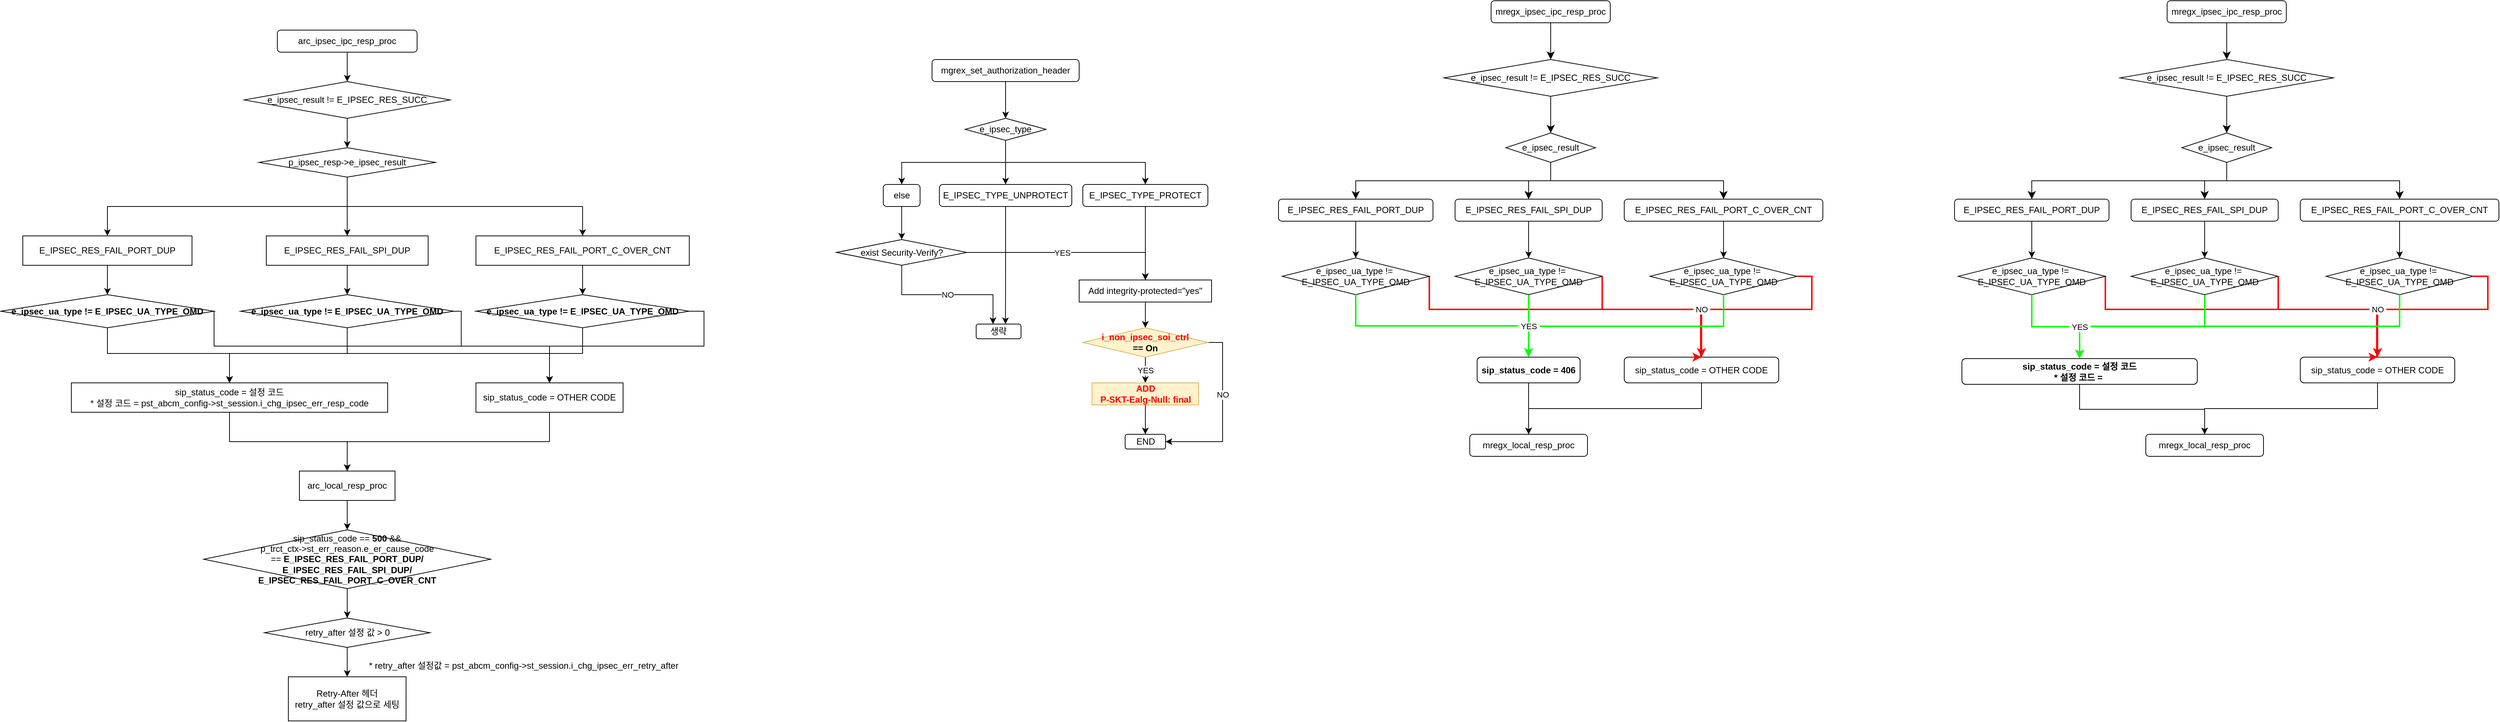
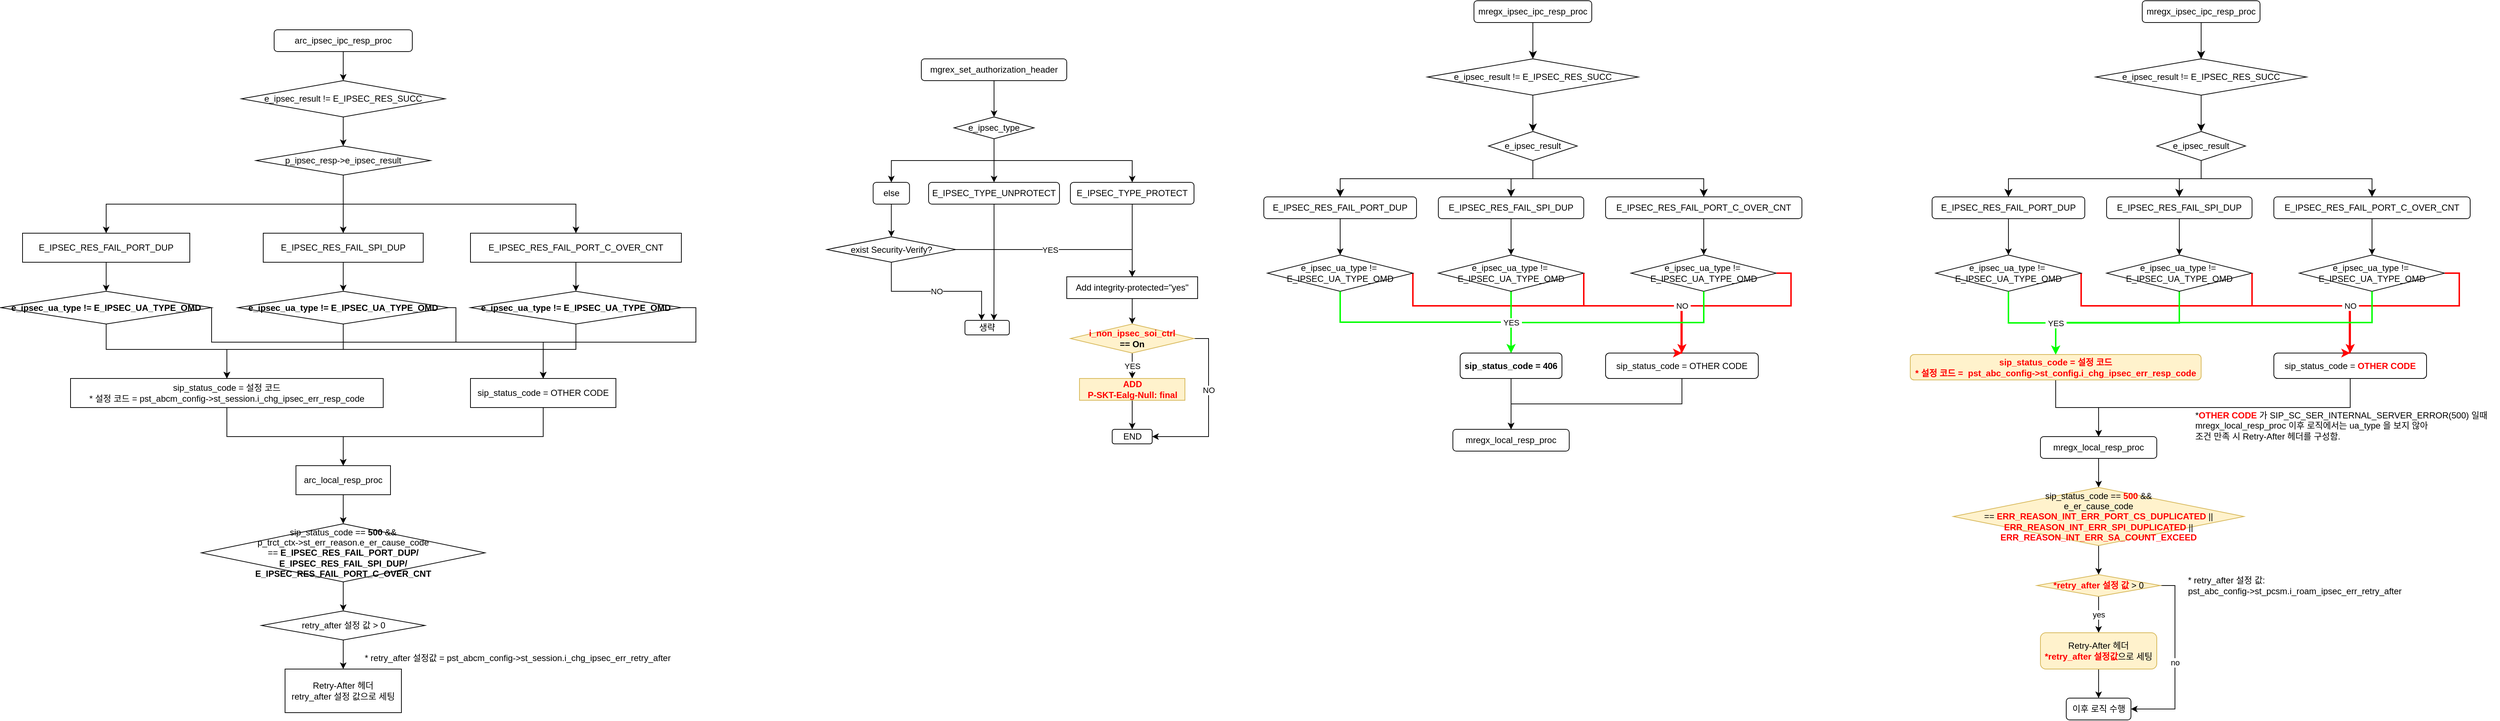
<mxfile host="app.diagrams.net">
  <diagram name="페이지-1" id="m8fQX8wD3sIqdr1Rjxz5">
-     <mxGraphModel dx="2595" dy="929" grid="1" gridSize="10" guides="1" tooltips="1" connect="1" arrows="1" fold="1" page="1" pageScale="1" pageWidth="827" pageHeight="1169" math="0" shadow="0">
+     <mxGraphModel dx="2057" dy="646" grid="1" gridSize="10" guides="1" tooltips="1" connect="1" arrows="1" fold="1" page="1" pageScale="1" pageWidth="827" pageHeight="1169" math="0" shadow="0">
      <root>
        <mxCell id="0" />
        <mxCell id="1" parent="0" />
        <mxCell id="ojS5_yHJFsPbv8XDm5Tb-1" edge="1" parent="1" source="ojS5_yHJFsPbv8XDm5Tb-2" style="edgeStyle=orthogonalEdgeStyle;rounded=0;orthogonalLoop=1;jettySize=auto;html=1;exitX=0.5;exitY=1;exitDx=0;exitDy=0;entryX=0.5;entryY=0;entryDx=0;entryDy=0;labelBackgroundColor=none;fontColor=default;" target="ojS5_yHJFsPbv8XDm5Tb-4">
          <mxGeometry relative="1" as="geometry" />
        </mxCell>
        <mxCell id="ojS5_yHJFsPbv8XDm5Tb-2" parent="1" style="rounded=1;whiteSpace=wrap;html=1;labelBackgroundColor=none;" value="arc_ipsec_ipc_resp_proc" vertex="1">
          <mxGeometry height="30" width="190" x="350" y="120" as="geometry" />
        </mxCell>
        <mxCell id="ojS5_yHJFsPbv8XDm5Tb-3" edge="1" parent="1" source="ojS5_yHJFsPbv8XDm5Tb-4" style="edgeStyle=orthogonalEdgeStyle;rounded=0;orthogonalLoop=1;jettySize=auto;html=1;exitX=0.5;exitY=1;exitDx=0;exitDy=0;entryX=0.5;entryY=0;entryDx=0;entryDy=0;labelBackgroundColor=none;fontColor=default;" target="ojS5_yHJFsPbv8XDm5Tb-8">
          <mxGeometry relative="1" as="geometry" />
        </mxCell>
        <mxCell id="ojS5_yHJFsPbv8XDm5Tb-4" parent="1" style="rhombus;whiteSpace=wrap;html=1;labelBackgroundColor=none;" value="e_ipsec_result != E_IPSEC_RES_SUCC" vertex="1">
          <mxGeometry height="50" width="280" x="305" y="190" as="geometry" />
        </mxCell>
        <mxCell id="ojS5_yHJFsPbv8XDm5Tb-5" edge="1" parent="1" source="ojS5_yHJFsPbv8XDm5Tb-8" style="edgeStyle=orthogonalEdgeStyle;rounded=0;orthogonalLoop=1;jettySize=auto;html=1;exitX=0.5;exitY=1;exitDx=0;exitDy=0;entryX=0.5;entryY=0;entryDx=0;entryDy=0;labelBackgroundColor=none;fontColor=default;" target="ojS5_yHJFsPbv8XDm5Tb-10">
          <mxGeometry relative="1" as="geometry" />
        </mxCell>
        <mxCell id="ojS5_yHJFsPbv8XDm5Tb-6" edge="1" parent="1" source="ojS5_yHJFsPbv8XDm5Tb-8" style="edgeStyle=orthogonalEdgeStyle;rounded=0;orthogonalLoop=1;jettySize=auto;html=1;exitX=0.5;exitY=1;exitDx=0;exitDy=0;entryX=0.5;entryY=0;entryDx=0;entryDy=0;labelBackgroundColor=none;fontColor=default;" target="ojS5_yHJFsPbv8XDm5Tb-12">
          <mxGeometry relative="1" as="geometry" />
        </mxCell>
        <mxCell id="ojS5_yHJFsPbv8XDm5Tb-7" edge="1" parent="1" source="ojS5_yHJFsPbv8XDm5Tb-8" style="edgeStyle=orthogonalEdgeStyle;rounded=0;orthogonalLoop=1;jettySize=auto;html=1;exitX=0.5;exitY=1;exitDx=0;exitDy=0;entryX=0.5;entryY=0;entryDx=0;entryDy=0;labelBackgroundColor=none;fontColor=default;" target="ojS5_yHJFsPbv8XDm5Tb-14">
          <mxGeometry relative="1" as="geometry" />
        </mxCell>
        <mxCell id="ojS5_yHJFsPbv8XDm5Tb-8" parent="1" style="rhombus;whiteSpace=wrap;html=1;labelBackgroundColor=none;" value="p_ipsec_resp-&amp;gt;e_ipsec_result" vertex="1">
          <mxGeometry height="40" width="240" x="325" y="280" as="geometry" />
        </mxCell>
        <mxCell id="ojS5_yHJFsPbv8XDm5Tb-9" edge="1" parent="1" source="ojS5_yHJFsPbv8XDm5Tb-10" style="edgeStyle=orthogonalEdgeStyle;rounded=0;orthogonalLoop=1;jettySize=auto;html=1;exitX=0.5;exitY=1;exitDx=0;exitDy=0;entryX=0.5;entryY=0;entryDx=0;entryDy=0;labelBackgroundColor=none;fontColor=default;" target="ojS5_yHJFsPbv8XDm5Tb-17">
          <mxGeometry relative="1" as="geometry" />
        </mxCell>
        <mxCell id="ojS5_yHJFsPbv8XDm5Tb-10" parent="1" style="rounded=0;whiteSpace=wrap;html=1;labelBackgroundColor=none;" value="E_IPSEC_RES_FAIL_PORT_DUP" vertex="1">
          <mxGeometry height="40" width="230" x="4" y="400" as="geometry" />
        </mxCell>
        <mxCell id="ojS5_yHJFsPbv8XDm5Tb-11" edge="1" parent="1" source="ojS5_yHJFsPbv8XDm5Tb-12" style="edgeStyle=orthogonalEdgeStyle;rounded=0;orthogonalLoop=1;jettySize=auto;html=1;exitX=0.5;exitY=1;exitDx=0;exitDy=0;entryX=0.5;entryY=0;entryDx=0;entryDy=0;labelBackgroundColor=none;fontColor=default;" target="ojS5_yHJFsPbv8XDm5Tb-20">
          <mxGeometry relative="1" as="geometry" />
        </mxCell>
        <mxCell id="ojS5_yHJFsPbv8XDm5Tb-12" parent="1" style="rounded=0;whiteSpace=wrap;html=1;labelBackgroundColor=none;" value="E_IPSEC_RES_FAIL_SPI_DUP" vertex="1">
          <mxGeometry height="40" width="220" x="335" y="400" as="geometry" />
        </mxCell>
        <mxCell id="ojS5_yHJFsPbv8XDm5Tb-13" edge="1" parent="1" source="ojS5_yHJFsPbv8XDm5Tb-14" style="edgeStyle=orthogonalEdgeStyle;rounded=0;orthogonalLoop=1;jettySize=auto;html=1;exitX=0.5;exitY=1;exitDx=0;exitDy=0;entryX=0.5;entryY=0;entryDx=0;entryDy=0;labelBackgroundColor=none;fontColor=default;" target="ojS5_yHJFsPbv8XDm5Tb-23">
          <mxGeometry relative="1" as="geometry" />
        </mxCell>
        <mxCell id="ojS5_yHJFsPbv8XDm5Tb-14" parent="1" style="rounded=0;whiteSpace=wrap;html=1;labelBackgroundColor=none;" value="E_IPSEC_RES_FAIL_PORT_C_OVER_CNT" vertex="1">
          <mxGeometry height="40" width="290" x="620" y="400" as="geometry" />
        </mxCell>
        <mxCell id="ojS5_yHJFsPbv8XDm5Tb-15" edge="1" parent="1" source="ojS5_yHJFsPbv8XDm5Tb-17" style="edgeStyle=orthogonalEdgeStyle;rounded=0;orthogonalLoop=1;jettySize=auto;html=1;exitX=1;exitY=0.5;exitDx=0;exitDy=0;entryX=0.5;entryY=0;entryDx=0;entryDy=0;labelBackgroundColor=none;fontColor=default;" target="ojS5_yHJFsPbv8XDm5Tb-27">
          <mxGeometry relative="1" as="geometry">
            <Array as="points">
              <mxPoint x="264" y="550" />
              <mxPoint x="720" y="550" />
            </Array>
          </mxGeometry>
        </mxCell>
        <mxCell id="ojS5_yHJFsPbv8XDm5Tb-16" edge="1" parent="1" source="ojS5_yHJFsPbv8XDm5Tb-17" style="edgeStyle=orthogonalEdgeStyle;rounded=0;orthogonalLoop=1;jettySize=auto;html=1;exitX=0.5;exitY=1;exitDx=0;exitDy=0;entryX=0.5;entryY=0;entryDx=0;entryDy=0;labelBackgroundColor=none;fontColor=default;" target="ojS5_yHJFsPbv8XDm5Tb-25">
          <mxGeometry relative="1" as="geometry">
            <Array as="points">
              <mxPoint x="119" y="560" />
              <mxPoint x="285" y="560" />
            </Array>
          </mxGeometry>
        </mxCell>
        <mxCell id="ojS5_yHJFsPbv8XDm5Tb-17" parent="1" style="rhombus;whiteSpace=wrap;html=1;labelBackgroundColor=none;" value="&lt;b&gt;e_ipsec_ua_type != E_IPSEC_UA_TYPE_OMD&lt;/b&gt;" vertex="1">
          <mxGeometry height="45" width="290" x="-26" y="480" as="geometry" />
        </mxCell>
        <mxCell id="ojS5_yHJFsPbv8XDm5Tb-18" edge="1" parent="1" source="ojS5_yHJFsPbv8XDm5Tb-20" style="edgeStyle=orthogonalEdgeStyle;rounded=0;orthogonalLoop=1;jettySize=auto;html=1;exitX=1;exitY=0.5;exitDx=0;exitDy=0;entryX=0.5;entryY=0;entryDx=0;entryDy=0;labelBackgroundColor=none;fontColor=default;" target="ojS5_yHJFsPbv8XDm5Tb-27">
          <mxGeometry relative="1" as="geometry">
            <Array as="points">
              <mxPoint x="600" y="503" />
              <mxPoint x="600" y="550" />
              <mxPoint x="720" y="550" />
            </Array>
          </mxGeometry>
        </mxCell>
        <mxCell id="ojS5_yHJFsPbv8XDm5Tb-19" edge="1" parent="1" source="ojS5_yHJFsPbv8XDm5Tb-20" style="edgeStyle=orthogonalEdgeStyle;rounded=0;orthogonalLoop=1;jettySize=auto;html=1;exitX=0.5;exitY=1;exitDx=0;exitDy=0;entryX=0.5;entryY=0;entryDx=0;entryDy=0;labelBackgroundColor=none;fontColor=default;" target="ojS5_yHJFsPbv8XDm5Tb-25">
          <mxGeometry relative="1" as="geometry">
            <Array as="points">
              <mxPoint x="445" y="560" />
              <mxPoint x="285" y="560" />
            </Array>
          </mxGeometry>
        </mxCell>
        <mxCell id="ojS5_yHJFsPbv8XDm5Tb-20" parent="1" style="rhombus;whiteSpace=wrap;html=1;labelBackgroundColor=none;" value="&lt;b&gt;e_ipsec_ua_type != E_IPSEC_UA_TYPE_OMD&lt;/b&gt;" vertex="1">
          <mxGeometry height="45" width="290" x="300" y="480" as="geometry" />
        </mxCell>
        <mxCell id="ojS5_yHJFsPbv8XDm5Tb-21" edge="1" parent="1" source="ojS5_yHJFsPbv8XDm5Tb-23" style="edgeStyle=orthogonalEdgeStyle;rounded=0;orthogonalLoop=1;jettySize=auto;html=1;exitX=1;exitY=0.5;exitDx=0;exitDy=0;entryX=0.5;entryY=0;entryDx=0;entryDy=0;labelBackgroundColor=none;fontColor=default;" target="ojS5_yHJFsPbv8XDm5Tb-27">
          <mxGeometry relative="1" as="geometry">
            <Array as="points">
              <mxPoint x="930" y="503" />
              <mxPoint x="930" y="550" />
              <mxPoint x="720" y="550" />
            </Array>
          </mxGeometry>
        </mxCell>
        <mxCell id="ojS5_yHJFsPbv8XDm5Tb-22" edge="1" parent="1" source="ojS5_yHJFsPbv8XDm5Tb-23" style="edgeStyle=orthogonalEdgeStyle;rounded=0;orthogonalLoop=1;jettySize=auto;html=1;exitX=0.5;exitY=1;exitDx=0;exitDy=0;entryX=0.5;entryY=0;entryDx=0;entryDy=0;labelBackgroundColor=none;fontColor=default;" target="ojS5_yHJFsPbv8XDm5Tb-25">
          <mxGeometry relative="1" as="geometry">
            <Array as="points">
              <mxPoint x="765" y="560" />
              <mxPoint x="285" y="560" />
            </Array>
          </mxGeometry>
        </mxCell>
        <mxCell id="ojS5_yHJFsPbv8XDm5Tb-23" parent="1" style="rhombus;whiteSpace=wrap;html=1;labelBackgroundColor=none;" value="&lt;b&gt;e_ipsec_ua_type != E_IPSEC_UA_TYPE_OMD&lt;/b&gt;" vertex="1">
          <mxGeometry height="45" width="290" x="620" y="480" as="geometry" />
        </mxCell>
        <mxCell id="ojS5_yHJFsPbv8XDm5Tb-24" edge="1" parent="1" source="ojS5_yHJFsPbv8XDm5Tb-25" style="edgeStyle=orthogonalEdgeStyle;rounded=0;orthogonalLoop=1;jettySize=auto;html=1;exitX=0.5;exitY=1;exitDx=0;exitDy=0;entryX=0.5;entryY=0;entryDx=0;entryDy=0;labelBackgroundColor=none;fontColor=default;" target="ojS5_yHJFsPbv8XDm5Tb-29">
          <mxGeometry relative="1" as="geometry" />
        </mxCell>
        <mxCell id="ojS5_yHJFsPbv8XDm5Tb-25" parent="1" style="rounded=0;whiteSpace=wrap;html=1;labelBackgroundColor=none;" value="sip_status_code = 설정 코드&lt;div&gt;* 설정 코드 = pst_abcm_config-&amp;gt;st_session.i_chg_ipsec_err_resp_code&lt;/div&gt;" vertex="1">
          <mxGeometry height="40" width="430" x="70" y="600" as="geometry" />
        </mxCell>
        <mxCell id="ojS5_yHJFsPbv8XDm5Tb-26" edge="1" parent="1" source="ojS5_yHJFsPbv8XDm5Tb-27" style="edgeStyle=orthogonalEdgeStyle;rounded=0;orthogonalLoop=1;jettySize=auto;html=1;exitX=0.5;exitY=1;exitDx=0;exitDy=0;entryX=0.5;entryY=0;entryDx=0;entryDy=0;labelBackgroundColor=none;fontColor=default;" target="ojS5_yHJFsPbv8XDm5Tb-29">
          <mxGeometry relative="1" as="geometry" />
        </mxCell>
        <mxCell id="ojS5_yHJFsPbv8XDm5Tb-27" parent="1" style="rounded=0;whiteSpace=wrap;html=1;labelBackgroundColor=none;" value="sip_status_code = OTHER CODE" vertex="1">
          <mxGeometry height="40" width="200" x="620" y="600" as="geometry" />
        </mxCell>
        <mxCell id="ojS5_yHJFsPbv8XDm5Tb-28" edge="1" parent="1" source="ojS5_yHJFsPbv8XDm5Tb-29" style="edgeStyle=orthogonalEdgeStyle;rounded=0;orthogonalLoop=1;jettySize=auto;html=1;exitX=0.5;exitY=1;exitDx=0;exitDy=0;entryX=0.5;entryY=0;entryDx=0;entryDy=0;labelBackgroundColor=none;fontColor=default;" target="ojS5_yHJFsPbv8XDm5Tb-31">
          <mxGeometry relative="1" as="geometry" />
        </mxCell>
        <mxCell id="ojS5_yHJFsPbv8XDm5Tb-29" parent="1" style="rounded=0;whiteSpace=wrap;html=1;labelBackgroundColor=none;" value="arc_local_resp_proc" vertex="1">
          <mxGeometry height="40" width="130" x="380" y="720" as="geometry" />
        </mxCell>
        <mxCell id="ojS5_yHJFsPbv8XDm5Tb-30" edge="1" parent="1" source="ojS5_yHJFsPbv8XDm5Tb-31" style="edgeStyle=orthogonalEdgeStyle;rounded=0;orthogonalLoop=1;jettySize=auto;html=1;exitX=0.5;exitY=1;exitDx=0;exitDy=0;entryX=0.5;entryY=0;entryDx=0;entryDy=0;labelBackgroundColor=none;fontColor=default;" target="ojS5_yHJFsPbv8XDm5Tb-33">
          <mxGeometry relative="1" as="geometry" />
        </mxCell>
        <mxCell id="ojS5_yHJFsPbv8XDm5Tb-31" parent="1" style="rhombus;whiteSpace=wrap;html=1;labelBackgroundColor=none;" value="sip_status_code == &lt;b&gt;500&lt;/b&gt; &amp;amp;&amp;amp;&lt;div&gt;p_trct_ctx-&amp;gt;st_err_reason.e_er_cause_code ==&amp;nbsp;&lt;span style=&quot;background-color: transparent; color: light-dark(rgb(0, 0, 0), rgb(255, 255, 255));&quot;&gt;&lt;b&gt;E_IPSEC_RES_FAIL_PORT_DUP/&lt;/b&gt;&lt;/span&gt;&lt;/div&gt;&lt;div&gt;&lt;b&gt;E_IPSEC_RES_FAIL_SPI_DUP/&lt;span style=&quot;background-color: transparent; color: light-dark(rgb(0, 0, 0), rgb(255, 255, 255));&quot;&gt;&lt;/span&gt;&lt;/b&gt;&lt;/div&gt;&lt;div&gt;&lt;b&gt;E_IPSEC_RES_FAIL_PORT_C_OVER_CNT&lt;/b&gt;&lt;/div&gt;" vertex="1">
          <mxGeometry height="80" width="390" x="250" y="800" as="geometry" />
        </mxCell>
        <mxCell id="ojS5_yHJFsPbv8XDm5Tb-32" edge="1" parent="1" source="ojS5_yHJFsPbv8XDm5Tb-33" style="edgeStyle=orthogonalEdgeStyle;rounded=0;orthogonalLoop=1;jettySize=auto;html=1;exitX=0.5;exitY=1;exitDx=0;exitDy=0;entryX=0.5;entryY=0;entryDx=0;entryDy=0;labelBackgroundColor=none;fontColor=default;" target="ojS5_yHJFsPbv8XDm5Tb-35">
          <mxGeometry relative="1" as="geometry" />
        </mxCell>
        <mxCell id="ojS5_yHJFsPbv8XDm5Tb-33" parent="1" style="rhombus;whiteSpace=wrap;html=1;labelBackgroundColor=none;" value="retry_after 설정 값 &amp;gt; 0" vertex="1">
          <mxGeometry height="40" width="225" x="332.5" y="920" as="geometry" />
        </mxCell>
        <mxCell id="ojS5_yHJFsPbv8XDm5Tb-34" parent="1" style="text;html=1;whiteSpace=wrap;strokeColor=none;fillColor=none;align=center;verticalAlign=middle;rounded=0;labelBackgroundColor=none;" value="* retry_after 설정값 =&amp;nbsp;pst_abcm_config-&amp;gt;st_session.i_chg_ipsec_err_retry_after" vertex="1">
          <mxGeometry height="30" width="450" x="460" y="970" as="geometry" />
        </mxCell>
        <mxCell id="ojS5_yHJFsPbv8XDm5Tb-35" parent="1" style="rounded=0;whiteSpace=wrap;html=1;labelBackgroundColor=none;" value="Retry-After 헤더&lt;div&gt;retry_after 설정 값으로 세팅&lt;/div&gt;" vertex="1">
          <mxGeometry height="60" width="160" x="365" y="1000" as="geometry" />
        </mxCell>
        <mxCell id="ojS5_yHJFsPbv8XDm5Tb-36" edge="1" parent="1" source="ojS5_yHJFsPbv8XDm5Tb-37" style="edgeStyle=orthogonalEdgeStyle;rounded=0;orthogonalLoop=1;jettySize=auto;html=1;exitX=0.5;exitY=1;exitDx=0;exitDy=0;entryX=0.5;entryY=0;entryDx=0;entryDy=0;labelBackgroundColor=none;fontColor=default;" target="ojS5_yHJFsPbv8XDm5Tb-41">
          <mxGeometry relative="1" as="geometry" />
        </mxCell>
        <mxCell id="ojS5_yHJFsPbv8XDm5Tb-37" parent="1" style="rounded=1;whiteSpace=wrap;html=1;labelBackgroundColor=none;" value="mgrex_set_authorization_header" vertex="1">
          <mxGeometry height="30" width="200" x="1240" y="160" as="geometry" />
        </mxCell>
        <mxCell id="ojS5_yHJFsPbv8XDm5Tb-38" edge="1" parent="1" source="ojS5_yHJFsPbv8XDm5Tb-41" style="edgeStyle=orthogonalEdgeStyle;rounded=0;orthogonalLoop=1;jettySize=auto;html=1;exitX=0.5;exitY=1;exitDx=0;exitDy=0;entryX=0.5;entryY=0;entryDx=0;entryDy=0;labelBackgroundColor=none;fontColor=default;" target="ojS5_yHJFsPbv8XDm5Tb-43">
          <mxGeometry relative="1" as="geometry" />
        </mxCell>
        <mxCell id="ojS5_yHJFsPbv8XDm5Tb-39" edge="1" parent="1" source="ojS5_yHJFsPbv8XDm5Tb-41" style="edgeStyle=orthogonalEdgeStyle;rounded=0;orthogonalLoop=1;jettySize=auto;html=1;exitX=0.5;exitY=1;exitDx=0;exitDy=0;entryX=0.5;entryY=0;entryDx=0;entryDy=0;labelBackgroundColor=none;fontColor=default;" target="ojS5_yHJFsPbv8XDm5Tb-45">
          <mxGeometry relative="1" as="geometry" />
        </mxCell>
        <mxCell id="ojS5_yHJFsPbv8XDm5Tb-40" edge="1" parent="1" source="ojS5_yHJFsPbv8XDm5Tb-41" style="edgeStyle=orthogonalEdgeStyle;rounded=0;orthogonalLoop=1;jettySize=auto;html=1;exitX=0.5;exitY=1;exitDx=0;exitDy=0;entryX=0.5;entryY=0;entryDx=0;entryDy=0;labelBackgroundColor=none;fontColor=default;" target="ojS5_yHJFsPbv8XDm5Tb-47">
          <mxGeometry relative="1" as="geometry" />
        </mxCell>
        <mxCell id="ojS5_yHJFsPbv8XDm5Tb-41" parent="1" style="rhombus;whiteSpace=wrap;html=1;labelBackgroundColor=none;" value="e_ipsec_type" vertex="1">
          <mxGeometry height="30" width="110" x="1285" y="240" as="geometry" />
        </mxCell>
        <mxCell id="ojS5_yHJFsPbv8XDm5Tb-42" edge="1" parent="1" source="ojS5_yHJFsPbv8XDm5Tb-43" style="edgeStyle=orthogonalEdgeStyle;rounded=0;orthogonalLoop=1;jettySize=auto;html=1;exitX=0.5;exitY=1;exitDx=0;exitDy=0;entryX=0.5;entryY=0;entryDx=0;entryDy=0;labelBackgroundColor=none;fontColor=default;" target="ojS5_yHJFsPbv8XDm5Tb-49">
          <mxGeometry relative="1" as="geometry" />
        </mxCell>
        <mxCell id="ojS5_yHJFsPbv8XDm5Tb-43" parent="1" style="rounded=1;whiteSpace=wrap;html=1;labelBackgroundColor=none;" value="E_IPSEC_TYPE_PROTECT" vertex="1">
          <mxGeometry height="30" width="170" x="1445" y="330" as="geometry" />
        </mxCell>
        <mxCell id="ojS5_yHJFsPbv8XDm5Tb-44" edge="1" parent="1" source="ojS5_yHJFsPbv8XDm5Tb-45" style="edgeStyle=orthogonalEdgeStyle;rounded=0;orthogonalLoop=1;jettySize=auto;html=1;exitX=0.5;exitY=1;exitDx=0;exitDy=0;entryX=0.653;entryY=0.002;entryDx=0;entryDy=0;entryPerimeter=0;" target="ojS5_yHJFsPbv8XDm5Tb-59">
          <mxGeometry relative="1" as="geometry">
            <mxPoint x="1339.9411764705883" y="520" as="targetPoint" />
          </mxGeometry>
        </mxCell>
        <mxCell id="ojS5_yHJFsPbv8XDm5Tb-45" parent="1" style="rounded=1;whiteSpace=wrap;html=1;labelBackgroundColor=none;" value="E_IPSEC_TYPE_UNPROTECT" vertex="1">
          <mxGeometry height="30" width="180" x="1250" y="330" as="geometry" />
        </mxCell>
        <mxCell id="ojS5_yHJFsPbv8XDm5Tb-46" edge="1" parent="1" source="ojS5_yHJFsPbv8XDm5Tb-47" style="edgeStyle=orthogonalEdgeStyle;rounded=0;orthogonalLoop=1;jettySize=auto;html=1;exitX=0.5;exitY=1;exitDx=0;exitDy=0;entryX=0.5;entryY=0;entryDx=0;entryDy=0;" target="ojS5_yHJFsPbv8XDm5Tb-58">
          <mxGeometry relative="1" as="geometry" />
        </mxCell>
        <mxCell id="ojS5_yHJFsPbv8XDm5Tb-47" parent="1" style="rounded=1;whiteSpace=wrap;html=1;labelBackgroundColor=none;" value="else" vertex="1">
          <mxGeometry height="30" width="50" x="1173.75" y="330" as="geometry" />
        </mxCell>
        <mxCell id="ojS5_yHJFsPbv8XDm5Tb-48" edge="1" parent="1" source="ojS5_yHJFsPbv8XDm5Tb-49" style="edgeStyle=orthogonalEdgeStyle;rounded=0;orthogonalLoop=1;jettySize=auto;html=1;exitX=0.5;exitY=1;exitDx=0;exitDy=0;entryX=0.5;entryY=0;entryDx=0;entryDy=0;" target="ojS5_yHJFsPbv8XDm5Tb-52">
          <mxGeometry relative="1" as="geometry" />
        </mxCell>
        <mxCell id="ojS5_yHJFsPbv8XDm5Tb-49" parent="1" style="rounded=0;whiteSpace=wrap;html=1;labelBackgroundColor=none;" value="Add integrity-protected=&quot;yes&quot;" vertex="1">
          <mxGeometry height="30" width="180" x="1440" y="460" as="geometry" />
        </mxCell>
        <mxCell id="ojS5_yHJFsPbv8XDm5Tb-50" edge="1" parent="1" source="ojS5_yHJFsPbv8XDm5Tb-52" style="edgeStyle=orthogonalEdgeStyle;rounded=0;orthogonalLoop=1;jettySize=auto;html=1;exitX=0.5;exitY=1;exitDx=0;exitDy=0;entryX=0.5;entryY=0;entryDx=0;entryDy=0;" target="ojS5_yHJFsPbv8XDm5Tb-54" value="YES">
          <mxGeometry relative="1" as="geometry" />
        </mxCell>
        <mxCell id="ojS5_yHJFsPbv8XDm5Tb-51" edge="1" parent="1" source="ojS5_yHJFsPbv8XDm5Tb-52" style="edgeStyle=orthogonalEdgeStyle;rounded=0;orthogonalLoop=1;jettySize=auto;html=1;exitX=1;exitY=0.5;exitDx=0;exitDy=0;entryX=1;entryY=0.5;entryDx=0;entryDy=0;" target="ojS5_yHJFsPbv8XDm5Tb-55" value="NO">
          <mxGeometry relative="1" x="-0.2233" as="geometry">
            <mxPoint as="offset" />
          </mxGeometry>
        </mxCell>
        <mxCell id="ojS5_yHJFsPbv8XDm5Tb-52" parent="1" style="rhombus;whiteSpace=wrap;html=1;fillColor=#fff2cc;strokeColor=#d6b656;" value="&lt;b&gt;&lt;font style=&quot;color: rgb(255, 0, 0);&quot;&gt;i_non_ipsec_soi_ctrl&lt;/font&gt;&lt;br&gt;== On&lt;/b&gt;" vertex="1">
          <mxGeometry height="40" width="170" x="1445" y="525" as="geometry" />
        </mxCell>
        <mxCell id="ojS5_yHJFsPbv8XDm5Tb-53" edge="1" parent="1" source="ojS5_yHJFsPbv8XDm5Tb-54" style="edgeStyle=orthogonalEdgeStyle;rounded=0;orthogonalLoop=1;jettySize=auto;html=1;exitX=0.5;exitY=1;exitDx=0;exitDy=0;entryX=0.5;entryY=0;entryDx=0;entryDy=0;" target="ojS5_yHJFsPbv8XDm5Tb-55">
          <mxGeometry relative="1" as="geometry" />
        </mxCell>
        <mxCell id="ojS5_yHJFsPbv8XDm5Tb-54" parent="1" style="rounded=0;whiteSpace=wrap;html=1;fillColor=#fff2cc;strokeColor=#d6b656;" value="&lt;b&gt;&lt;font style=&quot;color: rgb(255, 0, 0);&quot;&gt;ADD&lt;/font&gt;&lt;/b&gt;&lt;div&gt;&lt;b&gt;&lt;font style=&quot;color: rgb(255, 0, 0);&quot;&gt;P-SKT-Ealg-Null: final&lt;/font&gt;&lt;/b&gt;&lt;/div&gt;" vertex="1">
          <mxGeometry height="30" width="145" x="1457.5" y="600" as="geometry" />
        </mxCell>
        <mxCell id="ojS5_yHJFsPbv8XDm5Tb-55" parent="1" style="rounded=1;whiteSpace=wrap;html=1;" value="END" vertex="1">
          <mxGeometry height="20" width="55" x="1502.5" y="670" as="geometry" />
        </mxCell>
        <mxCell id="ojS5_yHJFsPbv8XDm5Tb-56" edge="1" parent="1" source="ojS5_yHJFsPbv8XDm5Tb-58" style="edgeStyle=orthogonalEdgeStyle;rounded=0;orthogonalLoop=1;jettySize=auto;html=1;exitX=1;exitY=0.5;exitDx=0;exitDy=0;entryX=0.5;entryY=0;entryDx=0;entryDy=0;" target="ojS5_yHJFsPbv8XDm5Tb-49" value="YES">
          <mxGeometry relative="1" x="-0.0774" as="geometry">
            <mxPoint as="offset" />
          </mxGeometry>
        </mxCell>
        <mxCell id="ojS5_yHJFsPbv8XDm5Tb-57" edge="1" parent="1" source="ojS5_yHJFsPbv8XDm5Tb-58" style="edgeStyle=orthogonalEdgeStyle;rounded=0;orthogonalLoop=1;jettySize=auto;html=1;exitX=0.5;exitY=1;exitDx=0;exitDy=0;entryX=0.375;entryY=-0.001;entryDx=0;entryDy=0;entryPerimeter=0;" target="ojS5_yHJFsPbv8XDm5Tb-59" value="NO">
          <mxGeometry relative="1" as="geometry">
            <mxPoint x="1175.1176470588234" y="520" as="targetPoint" />
          </mxGeometry>
        </mxCell>
        <mxCell id="ojS5_yHJFsPbv8XDm5Tb-58" parent="1" style="rhombus;whiteSpace=wrap;html=1;" value="exist&amp;nbsp;&lt;span style=&quot;background-color: transparent; color: light-dark(rgb(0, 0, 0), rgb(255, 255, 255));&quot;&gt;Security-Verify?&lt;/span&gt;" vertex="1">
          <mxGeometry height="35" width="177.5" x="1110" y="405" as="geometry" />
        </mxCell>
        <mxCell id="ojS5_yHJFsPbv8XDm5Tb-59" parent="1" style="rounded=1;whiteSpace=wrap;html=1;" value="생략" vertex="1">
          <mxGeometry height="20" width="61" x="1300" y="520" as="geometry" />
        </mxCell>
        <mxCell id="v6OCQPZjq4ElUTE85C_Q-3" edge="1" parent="1" source="v6OCQPZjq4ElUTE85C_Q-1" style="edgeStyle=none;curved=1;rounded=0;orthogonalLoop=1;jettySize=auto;html=1;exitX=0.5;exitY=1;exitDx=0;exitDy=0;entryX=0.5;entryY=0;entryDx=0;entryDy=0;fontSize=12;startSize=8;endSize=8;" target="v6OCQPZjq4ElUTE85C_Q-2">
          <mxGeometry relative="1" as="geometry" />
        </mxCell>
        <mxCell id="v6OCQPZjq4ElUTE85C_Q-1" parent="1" style="rounded=1;whiteSpace=wrap;html=1;" value="mregx_ipsec_ipc_resp_proc" vertex="1">
          <mxGeometry height="30" width="162" x="2000" y="80" as="geometry" />
        </mxCell>
        <mxCell id="v6OCQPZjq4ElUTE85C_Q-5" edge="1" parent="1" source="v6OCQPZjq4ElUTE85C_Q-2" style="edgeStyle=none;curved=1;rounded=0;orthogonalLoop=1;jettySize=auto;html=1;exitX=0.5;exitY=1;exitDx=0;exitDy=0;entryX=0.5;entryY=0;entryDx=0;entryDy=0;fontSize=12;startSize=8;endSize=8;" target="v6OCQPZjq4ElUTE85C_Q-4">
          <mxGeometry relative="1" as="geometry" />
        </mxCell>
        <mxCell id="v6OCQPZjq4ElUTE85C_Q-2" parent="1" style="rhombus;whiteSpace=wrap;html=1;" value="e_ipsec_result != E_IPSEC_RES_SUCC" vertex="1">
          <mxGeometry height="50" width="290" x="1936" y="160" as="geometry" />
        </mxCell>
        <mxCell id="v6OCQPZjq4ElUTE85C_Q-12" edge="1" parent="1" source="v6OCQPZjq4ElUTE85C_Q-4" style="edgeStyle=orthogonalEdgeStyle;rounded=0;orthogonalLoop=1;jettySize=auto;html=1;exitX=0.5;exitY=1;exitDx=0;exitDy=0;entryX=0.5;entryY=0;entryDx=0;entryDy=0;fontSize=12;startSize=8;endSize=8;" target="v6OCQPZjq4ElUTE85C_Q-7">
          <mxGeometry relative="1" as="geometry" />
        </mxCell>
        <mxCell id="v6OCQPZjq4ElUTE85C_Q-13" edge="1" parent="1" source="v6OCQPZjq4ElUTE85C_Q-4" style="edgeStyle=orthogonalEdgeStyle;rounded=0;orthogonalLoop=1;jettySize=auto;html=1;exitX=0.5;exitY=1;exitDx=0;exitDy=0;entryX=0.5;entryY=0;entryDx=0;entryDy=0;fontSize=12;startSize=8;endSize=8;" target="v6OCQPZjq4ElUTE85C_Q-8">
          <mxGeometry relative="1" as="geometry" />
        </mxCell>
        <mxCell id="v6OCQPZjq4ElUTE85C_Q-4" parent="1" style="rhombus;whiteSpace=wrap;html=1;" value="e_ipsec_result" vertex="1">
          <mxGeometry height="40" width="122" x="2020" y="260" as="geometry" />
        </mxCell>
        <mxCell id="NGHdp_gngWH9yrq0Q0_0-2" edge="1" parent="1" source="v6OCQPZjq4ElUTE85C_Q-6" style="edgeStyle=orthogonalEdgeStyle;rounded=0;orthogonalLoop=1;jettySize=auto;html=1;exitX=0.5;exitY=1;exitDx=0;exitDy=0;entryX=0.5;entryY=0;entryDx=0;entryDy=0;" target="NGHdp_gngWH9yrq0Q0_0-1">
          <mxGeometry relative="1" as="geometry" />
        </mxCell>
        <mxCell id="v6OCQPZjq4ElUTE85C_Q-6" parent="1" style="rounded=1;whiteSpace=wrap;html=1;" value="E_IPSEC_RES_FAIL_PORT_DUP" vertex="1">
          <mxGeometry height="30" width="210" x="1711" y="350" as="geometry" />
        </mxCell>
        <mxCell id="NGHdp_gngWH9yrq0Q0_0-5" edge="1" parent="1" source="v6OCQPZjq4ElUTE85C_Q-7" style="edgeStyle=orthogonalEdgeStyle;rounded=0;orthogonalLoop=1;jettySize=auto;html=1;exitX=0.5;exitY=1;exitDx=0;exitDy=0;entryX=0.5;entryY=0;entryDx=0;entryDy=0;" target="NGHdp_gngWH9yrq0Q0_0-3">
          <mxGeometry relative="1" as="geometry" />
        </mxCell>
        <mxCell id="v6OCQPZjq4ElUTE85C_Q-7" parent="1" style="rounded=1;whiteSpace=wrap;html=1;" value="E_IPSEC_RES_FAIL_SPI_DUP" vertex="1">
          <mxGeometry height="30" width="200" x="1951" y="350" as="geometry" />
        </mxCell>
        <mxCell id="NGHdp_gngWH9yrq0Q0_0-6" edge="1" parent="1" source="v6OCQPZjq4ElUTE85C_Q-8" style="edgeStyle=orthogonalEdgeStyle;rounded=0;orthogonalLoop=1;jettySize=auto;html=1;exitX=0.5;exitY=1;exitDx=0;exitDy=0;entryX=0.5;entryY=0;entryDx=0;entryDy=0;" target="NGHdp_gngWH9yrq0Q0_0-4">
          <mxGeometry relative="1" as="geometry" />
        </mxCell>
        <mxCell id="v6OCQPZjq4ElUTE85C_Q-8" parent="1" style="rounded=1;whiteSpace=wrap;html=1;" value="E_IPSEC_RES_FAIL_PORT_C_OVER_CNT" vertex="1">
          <mxGeometry height="30" width="270" x="2181" y="350" as="geometry" />
        </mxCell>
        <mxCell id="v6OCQPZjq4ElUTE85C_Q-11" edge="1" parent="1" source="v6OCQPZjq4ElUTE85C_Q-4" style="endArrow=classic;html=1;rounded=0;fontSize=12;startSize=8;endSize=8;exitX=0.5;exitY=1;exitDx=0;exitDy=0;entryX=0.5;entryY=0;entryDx=0;entryDy=0;edgeStyle=orthogonalEdgeStyle;" target="v6OCQPZjq4ElUTE85C_Q-6" value="">
          <mxGeometry height="50" relative="1" width="50" as="geometry">
            <mxPoint x="1920" y="280" as="sourcePoint" />
            <mxPoint x="1970" y="230" as="targetPoint" />
          </mxGeometry>
        </mxCell>
        <mxCell id="NGHdp_gngWH9yrq0Q0_0-10" edge="1" parent="1" source="NGHdp_gngWH9yrq0Q0_0-1" style="edgeStyle=orthogonalEdgeStyle;rounded=0;orthogonalLoop=1;jettySize=auto;html=1;exitX=1;exitY=0.5;exitDx=0;exitDy=0;entryX=0.5;entryY=0;entryDx=0;entryDy=0;strokeColor=light-dark(#FF0000,#FF0000);strokeWidth=2;" target="NGHdp_gngWH9yrq0Q0_0-9">
          <mxGeometry relative="1" as="geometry">
            <Array as="points">
              <mxPoint x="1916" y="500" />
              <mxPoint x="2286" y="500" />
            </Array>
          </mxGeometry>
        </mxCell>
        <mxCell id="NGHdp_gngWH9yrq0Q0_0-1" parent="1" style="rhombus;whiteSpace=wrap;html=1;" value="e_ipsec_ua_type !=&amp;nbsp;&lt;div&gt;E_IPSEC_UA_TYPE_OMD&lt;/div&gt;" vertex="1">
          <mxGeometry height="50" width="200" x="1716" y="430" as="geometry" />
        </mxCell>
        <mxCell id="NGHdp_gngWH9yrq0Q0_0-14" edge="1" parent="1" source="NGHdp_gngWH9yrq0Q0_0-3" style="edgeStyle=orthogonalEdgeStyle;rounded=0;orthogonalLoop=1;jettySize=auto;html=1;exitX=0.5;exitY=1;exitDx=0;exitDy=0;entryX=0.5;entryY=0;entryDx=0;entryDy=0;strokeColor=light-dark(#00FF00,#00FF00);strokeWidth=2;" target="NGHdp_gngWH9yrq0Q0_0-8">
          <mxGeometry relative="1" as="geometry">
            <mxPoint x="2070" y="540" as="targetPoint" />
          </mxGeometry>
        </mxCell>
        <mxCell id="NGHdp_gngWH9yrq0Q0_0-3" parent="1" style="rhombus;whiteSpace=wrap;html=1;" value="e_ipsec_ua_type !=&amp;nbsp;&lt;div&gt;E_IPSEC_UA_TYPE_OMD&lt;/div&gt;" vertex="1">
          <mxGeometry height="50" width="200" x="1951" y="430" as="geometry" />
        </mxCell>
        <mxCell id="NGHdp_gngWH9yrq0Q0_0-4" parent="1" style="rhombus;whiteSpace=wrap;html=1;" value="e_ipsec_ua_type !=&amp;nbsp;&lt;div&gt;E_IPSEC_UA_TYPE_OMD&lt;/div&gt;" vertex="1">
          <mxGeometry height="50" width="200" x="2216" y="430" as="geometry" />
        </mxCell>
        <mxCell id="NGHdp_gngWH9yrq0Q0_0-17" edge="1" parent="1" source="NGHdp_gngWH9yrq0Q0_0-8" style="edgeStyle=orthogonalEdgeStyle;rounded=0;orthogonalLoop=1;jettySize=auto;html=1;exitX=0.5;exitY=1;exitDx=0;exitDy=0;entryX=0.5;entryY=0;entryDx=0;entryDy=0;" target="NGHdp_gngWH9yrq0Q0_0-16">
          <mxGeometry relative="1" as="geometry" />
        </mxCell>
        <mxCell id="NGHdp_gngWH9yrq0Q0_0-8" parent="1" style="rounded=1;whiteSpace=wrap;html=1;" value="&lt;b&gt;&lt;font style=&quot;color: light-dark(rgb(0, 0, 0), rgb(255, 0, 0));&quot;&gt;sip_status_code = 406&lt;/font&gt;&lt;/b&gt;" vertex="1">
          <mxGeometry height="35" width="140" x="1981" y="565" as="geometry" />
        </mxCell>
        <mxCell id="NGHdp_gngWH9yrq0Q0_0-18" edge="1" parent="1" source="NGHdp_gngWH9yrq0Q0_0-9" style="edgeStyle=orthogonalEdgeStyle;rounded=0;orthogonalLoop=1;jettySize=auto;html=1;exitX=0.5;exitY=1;exitDx=0;exitDy=0;entryX=0.5;entryY=0;entryDx=0;entryDy=0;" target="NGHdp_gngWH9yrq0Q0_0-16">
          <mxGeometry relative="1" as="geometry" />
        </mxCell>
        <mxCell id="NGHdp_gngWH9yrq0Q0_0-9" parent="1" style="rounded=1;whiteSpace=wrap;html=1;" value="sip_status_code = OTHER CODE" vertex="1">
          <mxGeometry height="35" width="210" x="2181" y="565" as="geometry" />
        </mxCell>
        <mxCell id="NGHdp_gngWH9yrq0Q0_0-11" edge="1" parent="1" source="NGHdp_gngWH9yrq0Q0_0-3" style="edgeStyle=orthogonalEdgeStyle;rounded=0;orthogonalLoop=1;jettySize=auto;html=1;exitX=1;exitY=0.5;exitDx=0;exitDy=0;entryX=0.5;entryY=0;entryDx=0;entryDy=0;strokeWidth=2;strokeColor=light-dark(#FF0000,#FF0000);" target="NGHdp_gngWH9yrq0Q0_0-9">
          <mxGeometry relative="1" as="geometry">
            <Array as="points">
              <mxPoint x="2151" y="500" />
              <mxPoint x="2285" y="500" />
              <mxPoint x="2285" y="565" />
            </Array>
          </mxGeometry>
        </mxCell>
        <mxCell id="NGHdp_gngWH9yrq0Q0_0-12" edge="1" parent="1" source="NGHdp_gngWH9yrq0Q0_0-4" style="edgeStyle=orthogonalEdgeStyle;rounded=0;orthogonalLoop=1;jettySize=auto;html=1;exitX=1;exitY=0.5;exitDx=0;exitDy=0;entryX=0.5;entryY=0;entryDx=0;entryDy=0;strokeColor=light-dark(#FF0000,#FF0000);strokeWidth=2;" target="NGHdp_gngWH9yrq0Q0_0-9" value="&amp;nbsp;NO&amp;nbsp;">
          <mxGeometry relative="1" x="0.5357" as="geometry">
            <mxPoint as="offset" />
            <Array as="points">
              <mxPoint x="2436" y="455" />
              <mxPoint x="2436" y="500" />
              <mxPoint x="2286" y="500" />
            </Array>
          </mxGeometry>
        </mxCell>
        <mxCell id="NGHdp_gngWH9yrq0Q0_0-15" edge="1" parent="1" source="NGHdp_gngWH9yrq0Q0_0-4" style="edgeStyle=orthogonalEdgeStyle;rounded=0;orthogonalLoop=1;jettySize=auto;html=1;exitX=0.5;exitY=1;exitDx=0;exitDy=0;entryX=0.5;entryY=0;entryDx=0;entryDy=0;strokeColor=#00FF00;strokeWidth=2;" target="NGHdp_gngWH9yrq0Q0_0-8">
          <mxGeometry relative="1" as="geometry">
            <Array as="points">
              <mxPoint x="2316" y="523" />
              <mxPoint x="2051" y="523" />
            </Array>
          </mxGeometry>
        </mxCell>
        <mxCell id="NGHdp_gngWH9yrq0Q0_0-13" edge="1" parent="1" source="NGHdp_gngWH9yrq0Q0_0-1" style="edgeStyle=orthogonalEdgeStyle;rounded=0;orthogonalLoop=1;jettySize=auto;html=1;exitX=0.5;exitY=1;exitDx=0;exitDy=0;entryX=0.5;entryY=0;entryDx=0;entryDy=0;strokeColor=light-dark(#00FF00,#00FF00);strokeWidth=2;" target="NGHdp_gngWH9yrq0Q0_0-8" value="&amp;nbsp;YES&amp;nbsp;">
          <mxGeometry relative="1" x="0.7343" as="geometry">
            <mxPoint as="offset" />
          </mxGeometry>
        </mxCell>
        <mxCell id="NGHdp_gngWH9yrq0Q0_0-16" parent="1" style="rounded=1;whiteSpace=wrap;html=1;" value="mregx_local_resp_proc" vertex="1">
          <mxGeometry height="30" width="160" x="1971" y="670" as="geometry" />
        </mxCell>
        <mxCell id="NGHdp_gngWH9yrq0Q0_0-21" edge="1" parent="1" source="NGHdp_gngWH9yrq0Q0_0-22" style="edgeStyle=none;curved=1;rounded=0;orthogonalLoop=1;jettySize=auto;html=1;exitX=0.5;exitY=1;exitDx=0;exitDy=0;entryX=0.5;entryY=0;entryDx=0;entryDy=0;fontSize=12;startSize=8;endSize=8;" target="NGHdp_gngWH9yrq0Q0_0-24">
          <mxGeometry relative="1" as="geometry" />
        </mxCell>
        <mxCell id="NGHdp_gngWH9yrq0Q0_0-22" parent="1" style="rounded=1;whiteSpace=wrap;html=1;" value="mregx_ipsec_ipc_resp_proc" vertex="1">
          <mxGeometry height="30" width="162" x="2919" y="80" as="geometry" />
        </mxCell>
        <mxCell id="NGHdp_gngWH9yrq0Q0_0-23" edge="1" parent="1" source="NGHdp_gngWH9yrq0Q0_0-24" style="edgeStyle=none;curved=1;rounded=0;orthogonalLoop=1;jettySize=auto;html=1;exitX=0.5;exitY=1;exitDx=0;exitDy=0;entryX=0.5;entryY=0;entryDx=0;entryDy=0;fontSize=12;startSize=8;endSize=8;" target="NGHdp_gngWH9yrq0Q0_0-27">
          <mxGeometry relative="1" as="geometry" />
        </mxCell>
        <mxCell id="NGHdp_gngWH9yrq0Q0_0-24" parent="1" style="rhombus;whiteSpace=wrap;html=1;" value="e_ipsec_result != E_IPSEC_RES_SUCC" vertex="1">
          <mxGeometry height="50" width="290" x="2855" y="160" as="geometry" />
        </mxCell>
        <mxCell id="NGHdp_gngWH9yrq0Q0_0-25" edge="1" parent="1" source="NGHdp_gngWH9yrq0Q0_0-27" style="edgeStyle=orthogonalEdgeStyle;rounded=0;orthogonalLoop=1;jettySize=auto;html=1;exitX=0.5;exitY=1;exitDx=0;exitDy=0;entryX=0.5;entryY=0;entryDx=0;entryDy=0;fontSize=12;startSize=8;endSize=8;" target="NGHdp_gngWH9yrq0Q0_0-31">
          <mxGeometry relative="1" as="geometry" />
        </mxCell>
        <mxCell id="NGHdp_gngWH9yrq0Q0_0-26" edge="1" parent="1" source="NGHdp_gngWH9yrq0Q0_0-27" style="edgeStyle=orthogonalEdgeStyle;rounded=0;orthogonalLoop=1;jettySize=auto;html=1;exitX=0.5;exitY=1;exitDx=0;exitDy=0;entryX=0.5;entryY=0;entryDx=0;entryDy=0;fontSize=12;startSize=8;endSize=8;" target="NGHdp_gngWH9yrq0Q0_0-33">
          <mxGeometry relative="1" as="geometry" />
        </mxCell>
        <mxCell id="NGHdp_gngWH9yrq0Q0_0-27" parent="1" style="rhombus;whiteSpace=wrap;html=1;" value="e_ipsec_result" vertex="1">
          <mxGeometry height="40" width="122" x="2939" y="260" as="geometry" />
        </mxCell>
        <mxCell id="NGHdp_gngWH9yrq0Q0_0-28" edge="1" parent="1" source="NGHdp_gngWH9yrq0Q0_0-29" style="edgeStyle=orthogonalEdgeStyle;rounded=0;orthogonalLoop=1;jettySize=auto;html=1;exitX=0.5;exitY=1;exitDx=0;exitDy=0;entryX=0.5;entryY=0;entryDx=0;entryDy=0;" target="NGHdp_gngWH9yrq0Q0_0-36">
          <mxGeometry relative="1" as="geometry" />
        </mxCell>
        <mxCell id="NGHdp_gngWH9yrq0Q0_0-29" parent="1" style="rounded=1;whiteSpace=wrap;html=1;" value="E_IPSEC_RES_FAIL_PORT_DUP" vertex="1">
          <mxGeometry height="30" width="210" x="2630" y="350" as="geometry" />
        </mxCell>
        <mxCell id="NGHdp_gngWH9yrq0Q0_0-30" edge="1" parent="1" source="NGHdp_gngWH9yrq0Q0_0-31" style="edgeStyle=orthogonalEdgeStyle;rounded=0;orthogonalLoop=1;jettySize=auto;html=1;exitX=0.5;exitY=1;exitDx=0;exitDy=0;entryX=0.5;entryY=0;entryDx=0;entryDy=0;" target="NGHdp_gngWH9yrq0Q0_0-38">
          <mxGeometry relative="1" as="geometry" />
        </mxCell>
        <mxCell id="NGHdp_gngWH9yrq0Q0_0-31" parent="1" style="rounded=1;whiteSpace=wrap;html=1;" value="E_IPSEC_RES_FAIL_SPI_DUP" vertex="1">
          <mxGeometry height="30" width="200" x="2870" y="350" as="geometry" />
        </mxCell>
        <mxCell id="NGHdp_gngWH9yrq0Q0_0-32" edge="1" parent="1" source="NGHdp_gngWH9yrq0Q0_0-33" style="edgeStyle=orthogonalEdgeStyle;rounded=0;orthogonalLoop=1;jettySize=auto;html=1;exitX=0.5;exitY=1;exitDx=0;exitDy=0;entryX=0.5;entryY=0;entryDx=0;entryDy=0;" target="NGHdp_gngWH9yrq0Q0_0-39">
          <mxGeometry relative="1" as="geometry" />
        </mxCell>
        <mxCell id="NGHdp_gngWH9yrq0Q0_0-33" parent="1" style="rounded=1;whiteSpace=wrap;html=1;" value="E_IPSEC_RES_FAIL_PORT_C_OVER_CNT" vertex="1">
          <mxGeometry height="30" width="270" x="3100" y="350" as="geometry" />
        </mxCell>
        <mxCell id="NGHdp_gngWH9yrq0Q0_0-34" edge="1" parent="1" source="NGHdp_gngWH9yrq0Q0_0-27" style="endArrow=classic;html=1;rounded=0;fontSize=12;startSize=8;endSize=8;exitX=0.5;exitY=1;exitDx=0;exitDy=0;entryX=0.5;entryY=0;entryDx=0;entryDy=0;edgeStyle=orthogonalEdgeStyle;" target="NGHdp_gngWH9yrq0Q0_0-29" value="">
          <mxGeometry height="50" relative="1" width="50" as="geometry">
            <mxPoint x="2839" y="280" as="sourcePoint" />
            <mxPoint x="2889" y="230" as="targetPoint" />
          </mxGeometry>
        </mxCell>
        <mxCell id="NGHdp_gngWH9yrq0Q0_0-35" edge="1" parent="1" source="NGHdp_gngWH9yrq0Q0_0-36" style="edgeStyle=orthogonalEdgeStyle;rounded=0;orthogonalLoop=1;jettySize=auto;html=1;exitX=1;exitY=0.5;exitDx=0;exitDy=0;entryX=0.5;entryY=0;entryDx=0;entryDy=0;strokeColor=light-dark(#FF0000,#FF0000);strokeWidth=2;" target="NGHdp_gngWH9yrq0Q0_0-43">
          <mxGeometry relative="1" as="geometry">
            <Array as="points">
              <mxPoint x="2835" y="500" />
              <mxPoint x="3205" y="500" />
            </Array>
          </mxGeometry>
        </mxCell>
        <mxCell id="NGHdp_gngWH9yrq0Q0_0-36" parent="1" style="rhombus;whiteSpace=wrap;html=1;" value="e_ipsec_ua_type !=&amp;nbsp;&lt;div&gt;E_IPSEC_UA_TYPE_OMD&lt;/div&gt;" vertex="1">
          <mxGeometry height="50" width="200" x="2635" y="430" as="geometry" />
        </mxCell>
        <mxCell id="NGHdp_gngWH9yrq0Q0_0-37" edge="1" parent="1" source="NGHdp_gngWH9yrq0Q0_0-38" style="edgeStyle=orthogonalEdgeStyle;rounded=0;orthogonalLoop=1;jettySize=auto;html=1;exitX=0.5;exitY=1;exitDx=0;exitDy=0;entryX=0.5;entryY=0;entryDx=0;entryDy=0;strokeColor=light-dark(#00FF00,#00FF00);strokeWidth=2;" target="NGHdp_gngWH9yrq0Q0_0-41">
          <mxGeometry relative="1" as="geometry">
            <mxPoint x="2989" y="540" as="targetPoint" />
          </mxGeometry>
        </mxCell>
        <mxCell id="NGHdp_gngWH9yrq0Q0_0-38" parent="1" style="rhombus;whiteSpace=wrap;html=1;" value="e_ipsec_ua_type !=&amp;nbsp;&lt;div&gt;E_IPSEC_UA_TYPE_OMD&lt;/div&gt;" vertex="1">
          <mxGeometry height="50" width="200" x="2870" y="430" as="geometry" />
        </mxCell>
        <mxCell id="NGHdp_gngWH9yrq0Q0_0-39" parent="1" style="rhombus;whiteSpace=wrap;html=1;" value="e_ipsec_ua_type !=&amp;nbsp;&lt;div&gt;E_IPSEC_UA_TYPE_OMD&lt;/div&gt;" vertex="1">
          <mxGeometry height="50" width="200" x="3135" y="430" as="geometry" />
        </mxCell>
        <mxCell id="NGHdp_gngWH9yrq0Q0_0-40" edge="1" parent="1" source="NGHdp_gngWH9yrq0Q0_0-41" style="edgeStyle=orthogonalEdgeStyle;rounded=0;orthogonalLoop=1;jettySize=auto;html=1;exitX=0.5;exitY=1;exitDx=0;exitDy=0;entryX=0.5;entryY=0;entryDx=0;entryDy=0;" target="NGHdp_gngWH9yrq0Q0_0-48">
-           <mxGeometry relative="1" as="geometry" />
-         </mxCell>
-         <mxCell id="NGHdp_gngWH9yrq0Q0_0-41" parent="1" style="rounded=1;whiteSpace=wrap;html=1;" value="&lt;b&gt;sip_status_code = 설정 코드&lt;/b&gt;&lt;div&gt;&lt;b&gt;* 설정 코드 =&amp;nbsp;&lt;/b&gt;&lt;/div&gt;" vertex="1">
-           <mxGeometry height="35" width="320" x="2640" y="567" as="geometry" />
+           <mxGeometry relative="1" as="geometry">
+             <Array as="points">
+               <mxPoint x="2800" y="640" />
+               <mxPoint x="2859" y="640" />
+             </Array>
+           </mxGeometry>
+         </mxCell>
+         <mxCell id="NGHdp_gngWH9yrq0Q0_0-41" parent="1" style="rounded=1;whiteSpace=wrap;html=1;fillColor=#fff2cc;strokeColor=#d6b656;" value="&lt;b&gt;&lt;font style=&quot;color: light-dark(rgb(255, 0, 0), rgb(255, 0, 0));&quot;&gt;sip_status_code = 설정 코드&lt;/font&gt;&lt;/b&gt;&lt;div&gt;&lt;font style=&quot;color: light-dark(rgb(255, 0, 0), rgb(255, 0, 0));&quot;&gt;&lt;b&gt;* 설정 코드 =&amp;nbsp;&amp;nbsp;&lt;/b&gt;&lt;span style=&quot;background-color: transparent;&quot;&gt;&lt;b&gt;pst_abc_config-&amp;gt;st_config.i_chg_ipsec_err_resp_code&lt;/b&gt;&lt;/span&gt;&lt;/font&gt;&lt;/div&gt;" vertex="1">
+           <mxGeometry height="35" width="400" x="2600" y="567" as="geometry" />
        </mxCell>
        <mxCell id="NGHdp_gngWH9yrq0Q0_0-42" edge="1" parent="1" source="NGHdp_gngWH9yrq0Q0_0-43" style="edgeStyle=orthogonalEdgeStyle;rounded=0;orthogonalLoop=1;jettySize=auto;html=1;exitX=0.5;exitY=1;exitDx=0;exitDy=0;entryX=0.5;entryY=0;entryDx=0;entryDy=0;" target="NGHdp_gngWH9yrq0Q0_0-48">
          <mxGeometry relative="1" as="geometry" />
        </mxCell>
-         <mxCell id="NGHdp_gngWH9yrq0Q0_0-43" parent="1" style="rounded=1;whiteSpace=wrap;html=1;" value="sip_status_code = OTHER CODE" vertex="1">
+         <mxCell id="NGHdp_gngWH9yrq0Q0_0-43" parent="1" style="rounded=1;whiteSpace=wrap;html=1;" value="sip_status_code = &lt;b&gt;&lt;font style=&quot;color: light-dark(rgb(255, 0, 0), rgb(255, 0, 0));&quot;&gt;OTHER CODE&lt;/font&gt;&lt;/b&gt;" vertex="1">
          <mxGeometry height="35" width="210" x="3100" y="565" as="geometry" />
        </mxCell>
        <mxCell id="NGHdp_gngWH9yrq0Q0_0-44" edge="1" parent="1" source="NGHdp_gngWH9yrq0Q0_0-38" style="edgeStyle=orthogonalEdgeStyle;rounded=0;orthogonalLoop=1;jettySize=auto;html=1;exitX=1;exitY=0.5;exitDx=0;exitDy=0;entryX=0.5;entryY=0;entryDx=0;entryDy=0;strokeWidth=2;strokeColor=light-dark(#FF0000,#FF0000);" target="NGHdp_gngWH9yrq0Q0_0-43">
          <mxGeometry relative="1" as="geometry">
            <Array as="points">
              <mxPoint x="3070" y="500" />
              <mxPoint x="3204" y="500" />
              <mxPoint x="3204" y="565" />
            </Array>
          </mxGeometry>
        </mxCell>
        <mxCell id="NGHdp_gngWH9yrq0Q0_0-45" edge="1" parent="1" source="NGHdp_gngWH9yrq0Q0_0-39" style="edgeStyle=orthogonalEdgeStyle;rounded=0;orthogonalLoop=1;jettySize=auto;html=1;exitX=1;exitY=0.5;exitDx=0;exitDy=0;entryX=0.5;entryY=0;entryDx=0;entryDy=0;strokeColor=light-dark(#FF0000,#FF0000);strokeWidth=2;" target="NGHdp_gngWH9yrq0Q0_0-43" value="&amp;nbsp;NO&amp;nbsp;">
          <mxGeometry relative="1" x="0.5357" as="geometry">
            <mxPoint as="offset" />
            <Array as="points">
              <mxPoint x="3355" y="455" />
              <mxPoint x="3355" y="500" />
              <mxPoint x="3205" y="500" />
            </Array>
          </mxGeometry>
        </mxCell>
        <mxCell id="NGHdp_gngWH9yrq0Q0_0-46" edge="1" parent="1" source="NGHdp_gngWH9yrq0Q0_0-39" style="edgeStyle=orthogonalEdgeStyle;rounded=0;orthogonalLoop=1;jettySize=auto;html=1;exitX=0.5;exitY=1;exitDx=0;exitDy=0;entryX=0.5;entryY=0;entryDx=0;entryDy=0;strokeColor=#00FF00;strokeWidth=2;" target="NGHdp_gngWH9yrq0Q0_0-41">
          <mxGeometry relative="1" as="geometry">
            <Array as="points">
              <mxPoint x="3235" y="523" />
              <mxPoint x="2800" y="523" />
            </Array>
          </mxGeometry>
        </mxCell>
        <mxCell id="NGHdp_gngWH9yrq0Q0_0-47" edge="1" parent="1" source="NGHdp_gngWH9yrq0Q0_0-36" style="edgeStyle=orthogonalEdgeStyle;rounded=0;orthogonalLoop=1;jettySize=auto;html=1;exitX=0.5;exitY=1;exitDx=0;exitDy=0;entryX=0.5;entryY=0;entryDx=0;entryDy=0;strokeColor=light-dark(#00FF00,#00FF00);strokeWidth=2;" target="NGHdp_gngWH9yrq0Q0_0-41" value="&amp;nbsp;YES&amp;nbsp;">
          <mxGeometry relative="1" x="0.4268" as="geometry">
            <mxPoint as="offset" />
          </mxGeometry>
        </mxCell>
+         <mxCell id="NGHdp_gngWH9yrq0Q0_0-51" edge="1" parent="1" source="NGHdp_gngWH9yrq0Q0_0-48" style="edgeStyle=orthogonalEdgeStyle;rounded=0;orthogonalLoop=1;jettySize=auto;html=1;exitX=0.5;exitY=1;exitDx=0;exitDy=0;entryX=0.5;entryY=0;entryDx=0;entryDy=0;" target="NGHdp_gngWH9yrq0Q0_0-50">
+           <mxGeometry relative="1" as="geometry" />
+         </mxCell>
        <mxCell id="NGHdp_gngWH9yrq0Q0_0-48" parent="1" style="rounded=1;whiteSpace=wrap;html=1;" value="mregx_local_resp_proc" vertex="1">
-           <mxGeometry height="30" width="160" x="2890" y="670" as="geometry" />
+           <mxGeometry height="30" width="160" x="2779" y="680" as="geometry" />
+         </mxCell>
+         <mxCell id="NGHdp_gngWH9yrq0Q0_0-49" parent="1" style="text;html=1;whiteSpace=wrap;strokeColor=none;fillColor=none;align=left;verticalAlign=middle;rounded=0;" value="&lt;div style=&quot;text-align: justify;&quot;&gt;&lt;span style=&quot;background-color: transparent; color: light-dark(rgb(0, 0, 0), rgb(255, 255, 255));&quot;&gt;*&lt;/span&gt;&lt;b style=&quot;background-color: transparent; color: light-dark(rgb(0, 0, 0), rgb(255, 255, 255));&quot;&gt;&lt;font style=&quot;color: light-dark(rgb(255, 0, 0), rgb(255, 0, 0));&quot;&gt;OTHER CODE&lt;/font&gt;&lt;/b&gt;&lt;span style=&quot;background-color: transparent; color: light-dark(rgb(0, 0, 0), rgb(255, 255, 255));&quot;&gt; 가&amp;nbsp;SIP_SC_SER_INTERNAL_SERVER_ERROR(500) 일때&amp;nbsp;&lt;/span&gt;&lt;/div&gt;&lt;div&gt;&lt;div style=&quot;text-align: justify;&quot;&gt;&lt;span style=&quot;background-color: transparent; color: light-dark(rgb(0, 0, 0), rgb(255, 255, 255));&quot;&gt;mregx_local_resp_proc 이후 로직에서는 ua_type 을 보지 않아&lt;/span&gt;&lt;/div&gt;&lt;div style=&quot;text-align: justify;&quot;&gt;&lt;span style=&quot;background-color: transparent; color: light-dark(rgb(0, 0, 0), rgb(255, 255, 255));&quot;&gt;조건 만족 시 Retry-After 헤더를 구성함.&lt;/span&gt;&lt;/div&gt;&lt;/div&gt;" vertex="1">
+           <mxGeometry height="30" width="420" x="2990" y="650" as="geometry" />
+         </mxCell>
+         <mxCell id="NGHdp_gngWH9yrq0Q0_0-55" edge="1" parent="1" source="NGHdp_gngWH9yrq0Q0_0-50" style="edgeStyle=orthogonalEdgeStyle;rounded=0;orthogonalLoop=1;jettySize=auto;html=1;exitX=0.5;exitY=1;exitDx=0;exitDy=0;entryX=0.5;entryY=0;entryDx=0;entryDy=0;" target="NGHdp_gngWH9yrq0Q0_0-52">
+           <mxGeometry relative="1" as="geometry" />
+         </mxCell>
+         <mxCell id="NGHdp_gngWH9yrq0Q0_0-50" parent="1" style="rhombus;whiteSpace=wrap;html=1;fillColor=#fff2cc;strokeColor=#d6b656;" value="sip_status_code == &lt;font style=&quot;color: light-dark(rgb(255, 0, 0), rgb(255, 0, 0));&quot;&gt;&lt;b&gt;500&lt;/b&gt;&lt;/font&gt; &amp;amp;&amp;amp;&lt;div&gt;e_er_cause_code ==&amp;nbsp;&lt;font style=&quot;color: light-dark(rgb(255, 0, 0), rgb(255, 0, 0));&quot;&gt;&lt;b&gt;ERR_REASON_INT_ERR_PORT_CS_DUPLICATED&lt;/b&gt;&lt;/font&gt; ||&lt;/div&gt;&lt;div&gt;&lt;font style=&quot;color: light-dark(rgb(255, 0, 0), rgb(255, 0, 0));&quot;&gt;&lt;b&gt;ERR_REASON_INT_ERR_SPI_DUPLICATED&lt;/b&gt;&lt;/font&gt; ||&lt;/div&gt;&lt;div&gt;&lt;b&gt;&lt;font style=&quot;color: light-dark(rgb(255, 0, 0), rgb(255, 0, 0));&quot;&gt;ERR_REASON_INT_ERR_SA_COUNT_EXCEED&lt;/font&gt;&lt;/b&gt;&lt;/div&gt;" vertex="1">
+           <mxGeometry height="80" width="400" x="2659" y="750" as="geometry" />
+         </mxCell>
+         <mxCell id="NGHdp_gngWH9yrq0Q0_0-58" edge="1" parent="1" source="NGHdp_gngWH9yrq0Q0_0-52" style="edgeStyle=orthogonalEdgeStyle;rounded=0;orthogonalLoop=1;jettySize=auto;html=1;exitX=0.5;exitY=1;exitDx=0;exitDy=0;entryX=0.5;entryY=0;entryDx=0;entryDy=0;" target="NGHdp_gngWH9yrq0Q0_0-57" value="yes">
+           <mxGeometry relative="1" as="geometry" />
+         </mxCell>
+         <mxCell id="NGHdp_gngWH9yrq0Q0_0-59" edge="1" parent="1" source="NGHdp_gngWH9yrq0Q0_0-52" style="edgeStyle=orthogonalEdgeStyle;rounded=0;orthogonalLoop=1;jettySize=auto;html=1;exitX=1;exitY=0.5;exitDx=0;exitDy=0;entryX=1;entryY=0.5;entryDx=0;entryDy=0;" target="NGHdp_gngWH9yrq0Q0_0-56" value="no">
+           <mxGeometry relative="1" as="geometry" />
+         </mxCell>
+         <mxCell id="NGHdp_gngWH9yrq0Q0_0-52" parent="1" style="rhombus;whiteSpace=wrap;html=1;fillColor=#fff2cc;strokeColor=#d6b656;" value="&lt;font style=&quot;color: light-dark(rgb(255, 0, 0), rgb(255, 0, 0));&quot;&gt;&lt;b&gt;*retry_after 설정 값&lt;/b&gt;&lt;/font&gt; &amp;gt; 0" vertex="1">
+           <mxGeometry height="30" width="170" x="2774" y="870" as="geometry" />
+         </mxCell>
+         <mxCell id="NGHdp_gngWH9yrq0Q0_0-54" parent="1" style="text;html=1;whiteSpace=wrap;strokeColor=none;fillColor=none;align=left;verticalAlign=middle;rounded=0;" value="&lt;div style=&quot;text-align: justify;&quot;&gt;&lt;span style=&quot;background-color: transparent; color: light-dark(rgb(0, 0, 0), rgb(255, 255, 255));&quot;&gt;* retry_after 설정 값:&lt;/span&gt;&lt;/div&gt;&lt;div style=&quot;text-align: justify;&quot;&gt;&lt;span style=&quot;background-color: transparent; color: light-dark(rgb(0, 0, 0), rgb(255, 255, 255));&quot;&gt;pst_abc_config-&amp;gt;st_pcsm.i_roam_ipsec_err_retry_after&lt;/span&gt;&lt;/div&gt;" vertex="1">
+           <mxGeometry height="30" width="340" x="2980" y="870" as="geometry" />
+         </mxCell>
+         <mxCell id="NGHdp_gngWH9yrq0Q0_0-56" parent="1" style="rounded=1;whiteSpace=wrap;html=1;" value="이후 로직 수행" vertex="1">
+           <mxGeometry height="30" width="89" x="2814.5" y="1040" as="geometry" />
+         </mxCell>
+         <mxCell id="NGHdp_gngWH9yrq0Q0_0-60" edge="1" parent="1" source="NGHdp_gngWH9yrq0Q0_0-57" style="edgeStyle=orthogonalEdgeStyle;rounded=0;orthogonalLoop=1;jettySize=auto;html=1;exitX=0.5;exitY=1;exitDx=0;exitDy=0;entryX=0.5;entryY=0;entryDx=0;entryDy=0;" target="NGHdp_gngWH9yrq0Q0_0-56">
+           <mxGeometry relative="1" as="geometry" />
+         </mxCell>
+         <mxCell id="NGHdp_gngWH9yrq0Q0_0-57" parent="1" style="rounded=1;whiteSpace=wrap;html=1;fillColor=#fff2cc;strokeColor=#d6b656;" value="Retry-After 헤더&lt;br&gt;&lt;b&gt;&lt;font style=&quot;color: light-dark(rgb(255, 0, 0), rgb(255, 0, 0));&quot;&gt;*retry_after 설정값&lt;/font&gt;&lt;/b&gt;으로 세팅" vertex="1">
+           <mxGeometry height="50" width="160" x="2779" y="950" as="geometry" />
        </mxCell>
      </root>
    </mxGraphModel>
  </diagram>
</mxfile>
